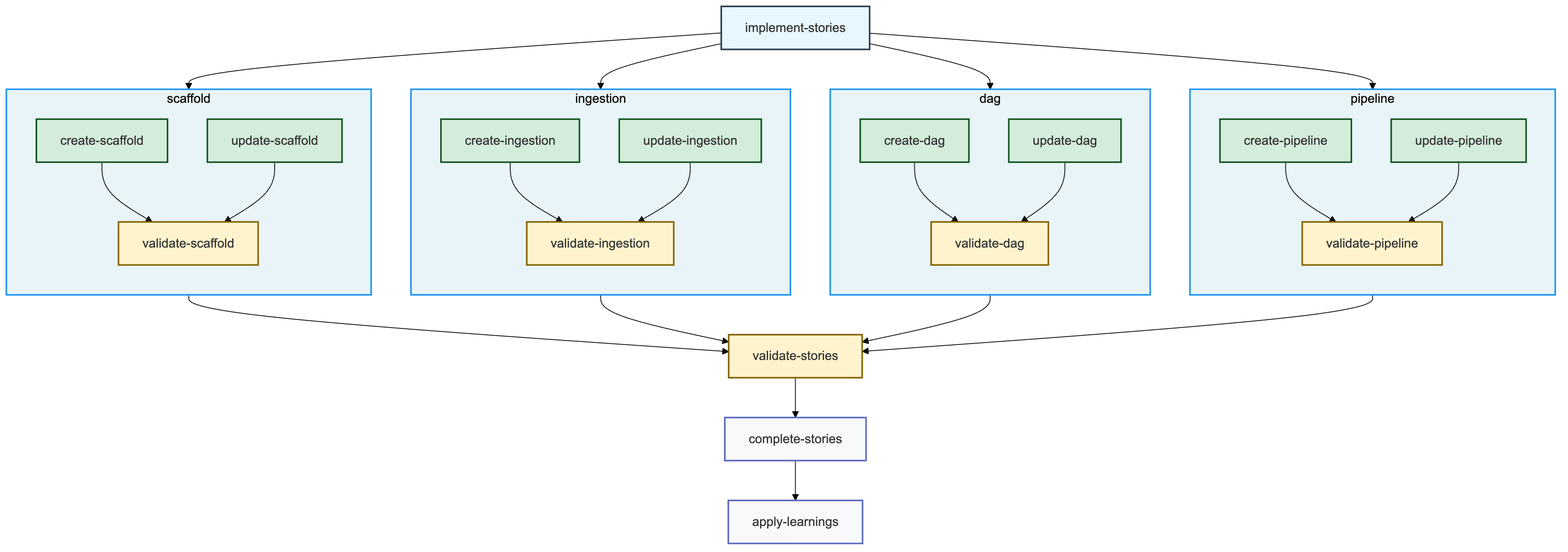
RDEWAI/Redefining-DataEngineering-With-AI keeps this Mermaid diagram as images/chapter-5/developer_plugin_skills.png. Above is the earlier version. Its source is kept beside it as mermaid/chapter-5/developer_plugin_skills.mmd.
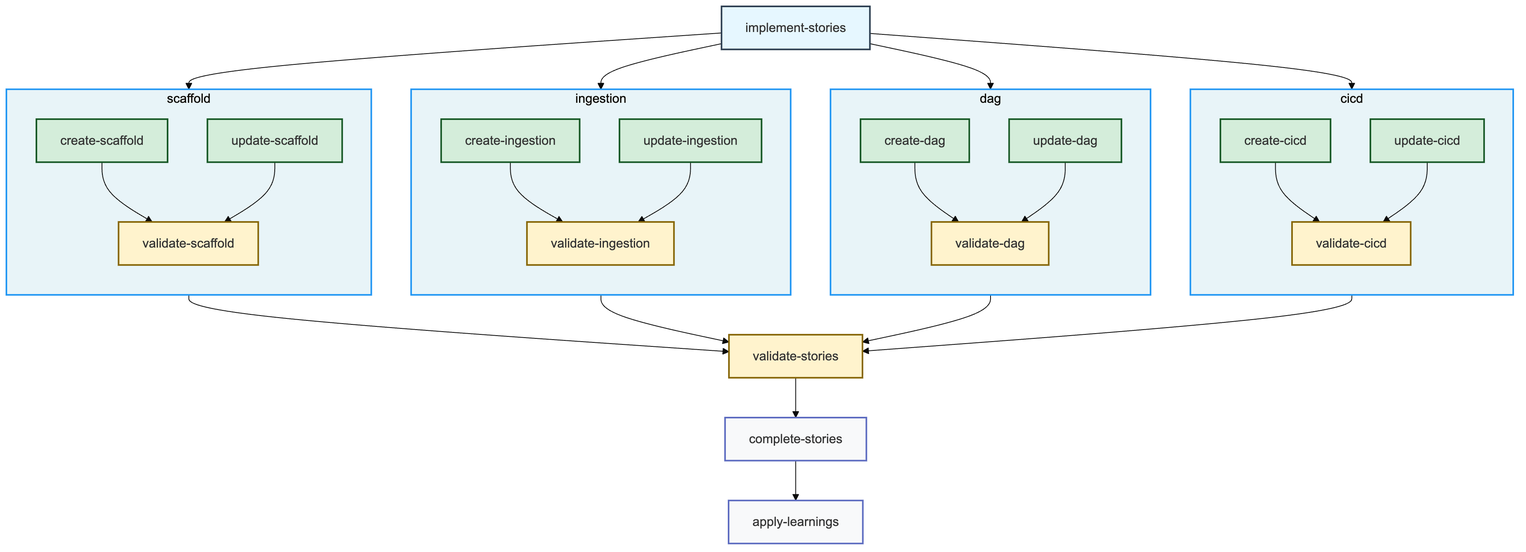
The same diagram one commit later.

Commit message:
chapter-5 developer plugin mermaid and image update

What changed in the source:
```diff
@@ -29,11 +29,11 @@
         UD --> VD
     end
 
-    subgraph pipeline["pipeline"]
+    subgraph pipeline["cicd"]
         direction TB
-        CP["create-pipeline"]
-        UP["update-pipeline"]
-        VP["validate-pipeline"]
+        CP["create-cicd"]
+        UP["update-cicd"]
+        VP["validate-cicd"]
         CP --> VP
         UP --> VP
     end
```
